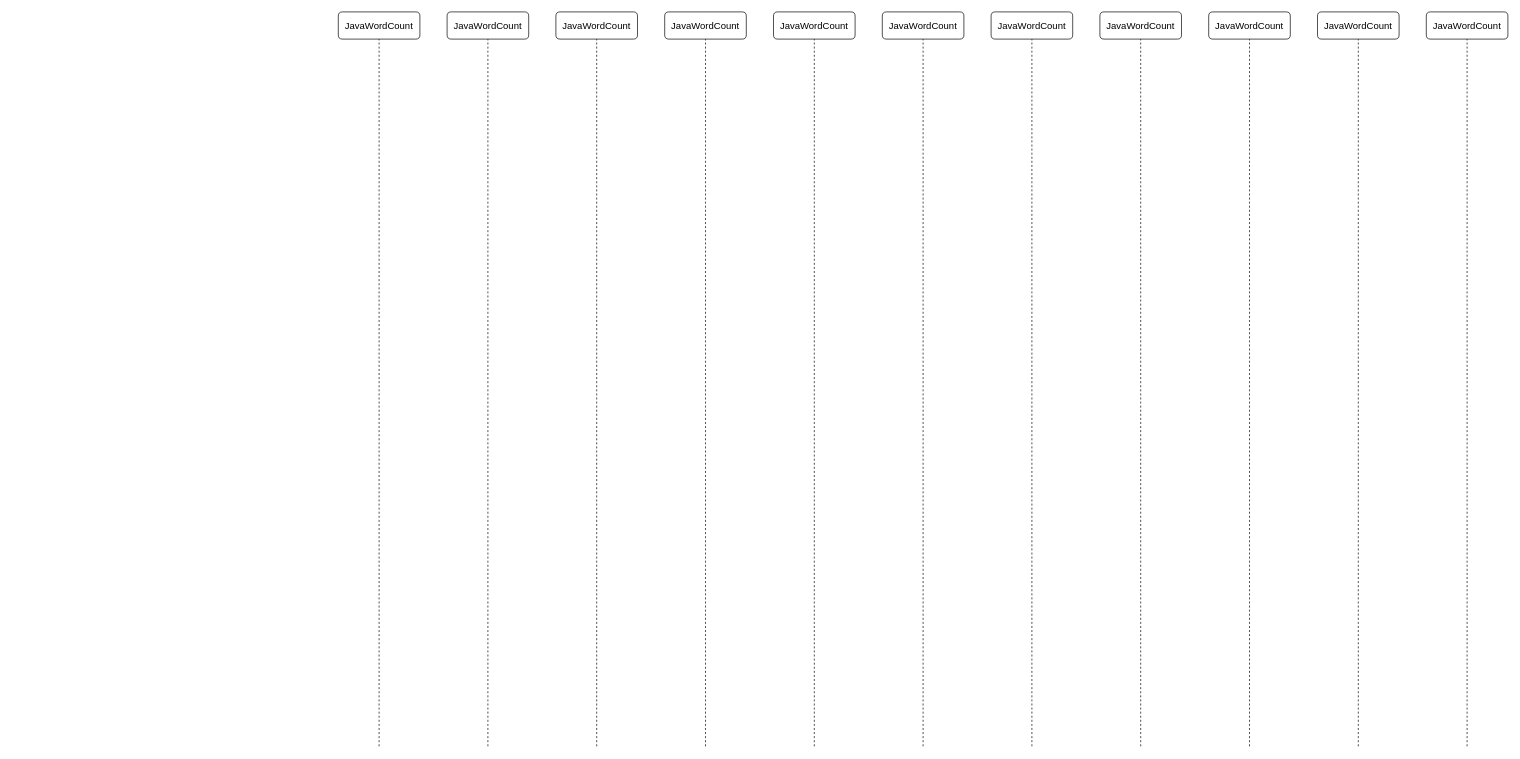
The draw.io diagram imgs/spark/spark_JavaWordCount_flow.drawio in rainsbaby/notebook, before the edit. Source tidied: cells renumbered, new cells numbered last; positions are measured from the earlier drawing's top-left corner, leaving out a move shared by most shapes. Both pictures are drawn from the tidied source at 68%, with x=0, y=0 at pixel (338, 12).
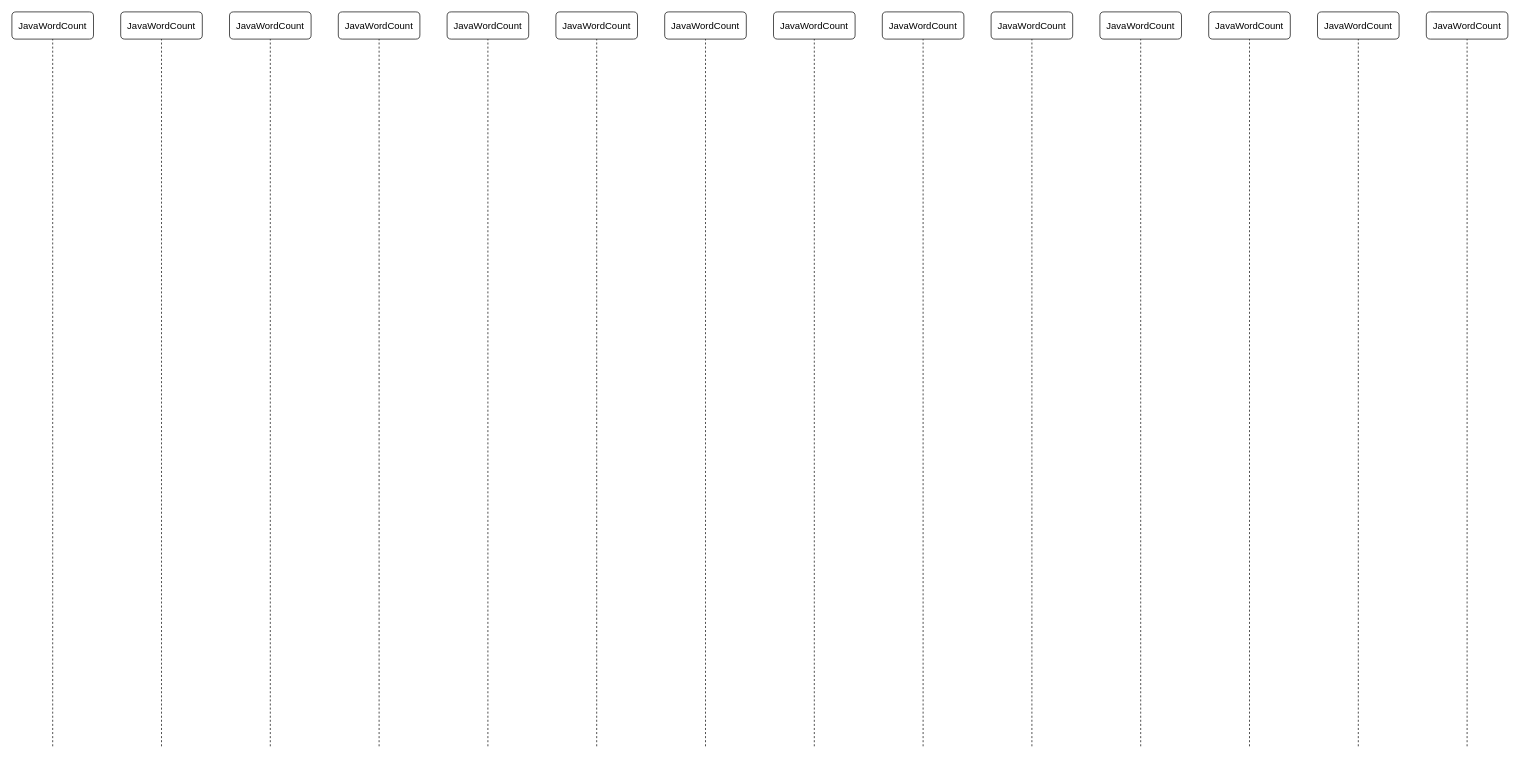
The same page after the edit.

The edit, as a diff of the source:
```diff
@@
+    <mxCell id="24" value="JavaWordCount" style="rounded=1;html=1;fontSize=14;whiteSpace=wrap;" parent="1" vertex="1">
+      <mxGeometry x="-160" width="120" height="40" as="geometry" />
+    </mxCell>
+    <mxCell id="25" style="endArrow=none;dashed=1;html=1;rounded=0;entryX=0.5;entryY=1;entryDx=0;entryDy=0;startArrow=none;" parent="1" edge="1">
+      <mxGeometry relative="1" as="geometry">
+        <mxPoint x="-100" y="1080" as="sourcePoint" />
+        <mxPoint x="-100" y="40" as="targetPoint" />
+      </mxGeometry>
+    </mxCell>
+    <mxCell id="26" value="JavaWordCount" style="rounded=1;html=1;fontSize=14;whiteSpace=wrap;" parent="1" vertex="1">
+      <mxGeometry x="-320" width="120" height="40" as="geometry" />
+    </mxCell>
+    <mxCell id="27" style="endArrow=none;dashed=1;html=1;rounded=0;entryX=0.5;entryY=1;entryDx=0;entryDy=0;startArrow=none;" parent="1" edge="1">
+      <mxGeometry relative="1" as="geometry">
+        <mxPoint x="-260" y="1080" as="sourcePoint" />
+        <mxPoint x="-260" y="40" as="targetPoint" />
+      </mxGeometry>
+    </mxCell>
+    <mxCell id="28" value="JavaWordCount" style="rounded=1;html=1;fontSize=14;whiteSpace=wrap;" parent="1" vertex="1">
+      <mxGeometry x="-480" width="120" height="40" as="geometry" />
+    </mxCell>
+    <mxCell id="29" style="endArrow=none;dashed=1;html=1;rounded=0;entryX=0.5;entryY=1;entryDx=0;entryDy=0;startArrow=none;" parent="1" edge="1">
+      <mxGeometry relative="1" as="geometry">
+        <mxPoint x="-420" y="1080" as="sourcePoint" />
+        <mxPoint x="-420" y="40" as="targetPoint" />
+      </mxGeometry>
+    </mxCell>
```
